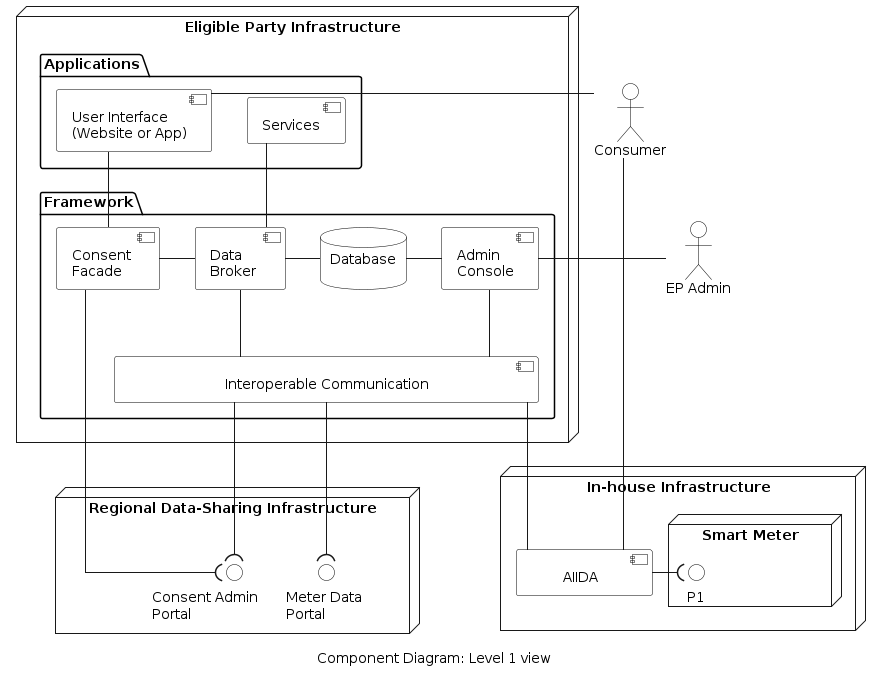
Above: arc42/05-building-block-view/figures/component-diagram-level-1.png in eddie-energy/architecture (PlantUML), before the change.
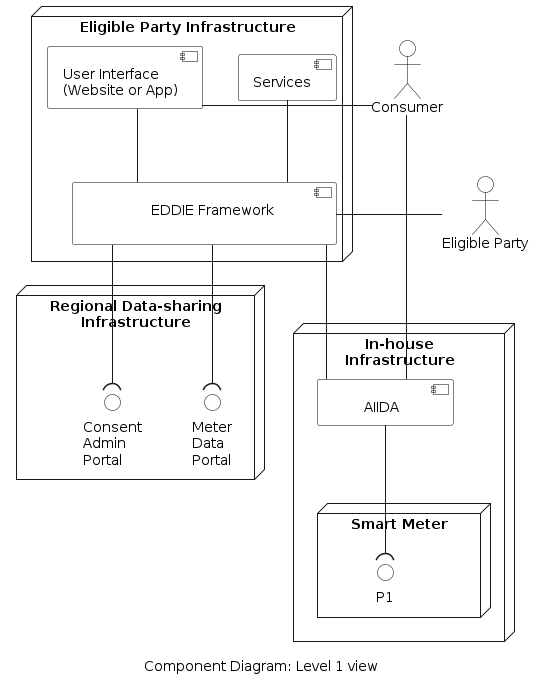
After the commit.

Change to the diagram source:
```diff
@@ -27,55 +27,37 @@
 
 
 node "Eligible Party Infrastructure"  as epInfra{
-  package "Framework" {
-    component "Consent \nFacade" as consentFacade
-    component "Data \nBroker " as broker
-    database "Database\n" as database
-    component "Admin \nConsole" as adminConsole
-    component "\t\t\tInteroperable Communication\t\t\t" as comm
-  }
-  package "Applications" {
-    component "User Interface \n(Website or App)" as ui
-    component "Services" as services
-  }
+  component "\t\tEDDIE Framework\t\t\n" as eddie
+  component "User Interface \n(Website or App)" as ui
+  component "Services" as services
 
-  ui -down- consentFacade
+  ui -down- eddie
   ui -[hidden]right- services
-  consentFacade -right- broker
-  broker -right- database
-  broker -down- comm
-  database -right-adminConsole
-  broker -up- services
-  adminConsole -down- comm
+  services -down- eddie
+}
 
-}
-node "In-house Infrastructure" {
+node "In-house\nInfrastructure" {
   component "\tAIIDA\t" as aiida
   node "Smart Meter" as meter {
       interface "P1" as p1
-      rectangle "dummy" as dummy
   }
-  p1 -[hidden] dummy
-  aiida -right-( p1 : "\t"
+  aiida -down-( p1
 }
 
-node "Regional Data-Sharing Infrastructure" as energyProvider {
-  interface "Meter Data \nPortal" as dataPortal
-  interface "Consent Admin\t\t \nPortal" as adminPortal
+node "Regional Data-sharing\nInfrastructure" as energyProvider {
+  interface "Meter\nData\nPortal" as dataPortal
+  interface "Consent\nAdmin\nPortal" as adminPortal
 }
 
 actor "Consumer" as consumer
-actor "EP Admin" as admin
-  admin -left- adminConsole
+actor "Eligible Party" as admin
 
-consumer ---- aiida
-consumer - ui
+admin -left- eddie
+consumer -left- ui
+consumer -down- aiida
 
-comm -down-( dataPortal
-comm -down-( adminPortal
-consentFacade -right-( adminPortal
-
-aiida -up- comm
-
+eddie -down-( adminPortal
+eddie -down-( dataPortal
+eddie -down- aiida
 
 @enduml
```
